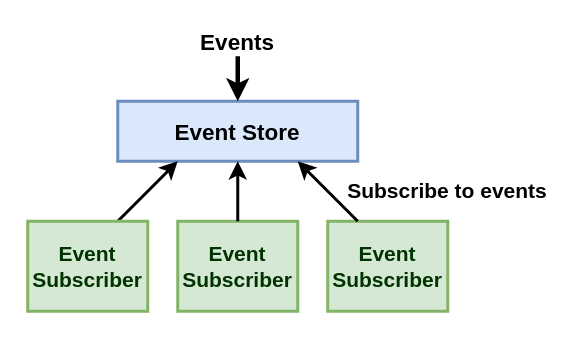
Earlier version of the draw.io diagram diagrams/draw_io/event_sourcing_small.drawio (wuyichen24/system-design-knowledge). Source tidied: cells renumbered, new cells numbered last; positions are measured from the earlier drawing's top-left corner, leaving out a move shared by most shapes. Both pictures are drawn from the tidied source at 150%, with x=0, y=0 at pixel (27, 26).
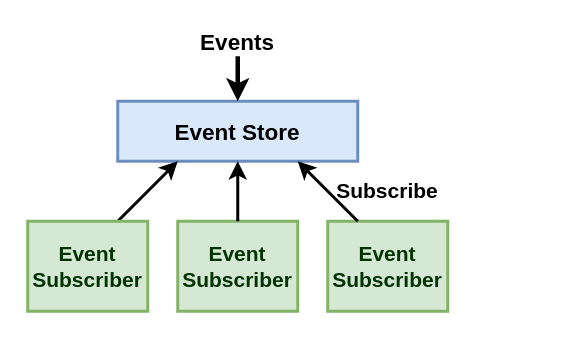
The same page after the edit.

Commit message (it also covers changes not shown here):
update the event sourcing diagram

Diff of the diagram source:
```diff
@@
 <mxGraphModel>
   <root>
     <mxCell id="0" />
     <mxCell id="1" parent="0" />
     <mxCell id="2" value="&lt;font style=&quot;font-size: 15px&quot;&gt;&lt;b&gt;Event Store&lt;/b&gt;&lt;/font&gt;" style="rounded=0;whiteSpace=wrap;html=1;strokeWidth=2;fillColor=#dae8fc;strokeColor=#6c8ebf;" parent="1" vertex="1">
       <mxGeometry x="60" y="50" width="160" height="40" as="geometry" />
     </mxCell>
     <mxCell id="3" style="endArrow=classic;html=1;strokeWidth=3;entryX=0.5;entryY=0;entryDx=0;entryDy=0;" parent="1" edge="1" target="2">
       <mxGeometry relative="1" as="geometry">
         <mxPoint x="140" y="20" as="sourcePoint" />
       </mxGeometry>
     </mxCell>
     <mxCell id="4" value="&lt;font style=&quot;font-size: 15px&quot;&gt;&lt;b&gt;Events&lt;/b&gt;&lt;/font&gt;" style="text;html=1;strokeColor=none;fillColor=none;align=center;verticalAlign=middle;whiteSpace=wrap;rounded=0;" parent="1" vertex="1">
       <mxGeometry x="115" width="50" height="20" as="geometry" />
     </mxCell>
     <mxCell id="5" style="endArrow=classic;html=1;strokeWidth=2;exitX=0.75;exitY=0;exitDx=0;exitDy=0;entryX=0.25;entryY=1;entryDx=0;entryDy=0;" parent="1" edge="1" source="6" target="2">
       <mxGeometry relative="1" as="geometry" />
     </mxCell>
     <mxCell id="6" value="&lt;font style=&quot;font-size: 14px&quot;&gt;&lt;b&gt;&lt;font color=&quot;#003300&quot;&gt;Event&lt;br&gt;Subscriber&lt;/font&gt;&lt;br&gt;&lt;/b&gt;&lt;/font&gt;" style="rounded=0;whiteSpace=wrap;html=1;strokeWidth=2;fillColor=#d5e8d4;strokeColor=#82b366;" parent="1" vertex="1">
       <mxGeometry y="130" width="80" height="60" as="geometry" />
     </mxCell>
     <mxCell id="7" value="&lt;font style=&quot;font-size: 14px&quot;&gt;&lt;b&gt;&lt;font color=&quot;#003300&quot;&gt;Event&lt;br&gt;Subscriber&lt;/font&gt;&lt;br&gt;&lt;/b&gt;&lt;/font&gt;" style="rounded=0;whiteSpace=wrap;html=1;strokeWidth=2;fillColor=#d5e8d4;strokeColor=#82b366;" parent="1" vertex="1">
       <mxGeometry x="100" y="130" width="80" height="60" as="geometry" />
     </mxCell>
     <mxCell id="8" value="&lt;font style=&quot;font-size: 14px&quot;&gt;&lt;b&gt;&lt;font color=&quot;#003300&quot;&gt;Event&lt;br&gt;Subscriber&lt;/font&gt;&lt;br&gt;&lt;/b&gt;&lt;/font&gt;" style="rounded=0;whiteSpace=wrap;html=1;strokeWidth=2;fillColor=#d5e8d4;strokeColor=#82b366;" parent="1" vertex="1">
       <mxGeometry x="200" y="130" width="80" height="60" as="geometry" />
     </mxCell>
     <mxCell id="9" style="endArrow=classic;html=1;strokeWidth=2;exitX=0.5;exitY=0;exitDx=0;exitDy=0;entryX=0.5;entryY=1;entryDx=0;entryDy=0;" parent="1" edge="1" source="7" target="2">
       <mxGeometry relative="1" as="geometry" />
     </mxCell>
     <mxCell id="10" style="endArrow=classic;html=1;strokeWidth=2;exitX=0.25;exitY=0;exitDx=0;exitDy=0;entryX=0.75;entryY=1;entryDx=0;entryDy=0;" parent="1" edge="1" source="8" target="2">
       <mxGeometry relative="1" as="geometry" />
     </mxCell>
-    <mxCell id="11" value="&lt;b&gt;&lt;font style=&quot;font-size: 14px&quot;&gt;Subscribe to events&lt;/font&gt;&lt;/b&gt;" style="text;html=1;strokeColor=none;fillColor=none;align=center;verticalAlign=middle;whiteSpace=wrap;rounded=0;" parent="1" vertex="1">
-      <mxGeometry x="210" y="100" width="140" height="20" as="geometry" />
+    <mxCell id="11" value="&lt;b&gt;&lt;font style=&quot;font-size: 14px&quot;&gt;Subscribe&lt;/font&gt;&lt;/b&gt;" style="text;html=1;strokeColor=none;fillColor=none;align=center;verticalAlign=middle;whiteSpace=wrap;rounded=0;" parent="1" vertex="1">
+      <mxGeometry x="205" y="100" width="70" height="20" as="geometry" />
     </mxCell>
   </root>
 </mxGraphModel>
```
